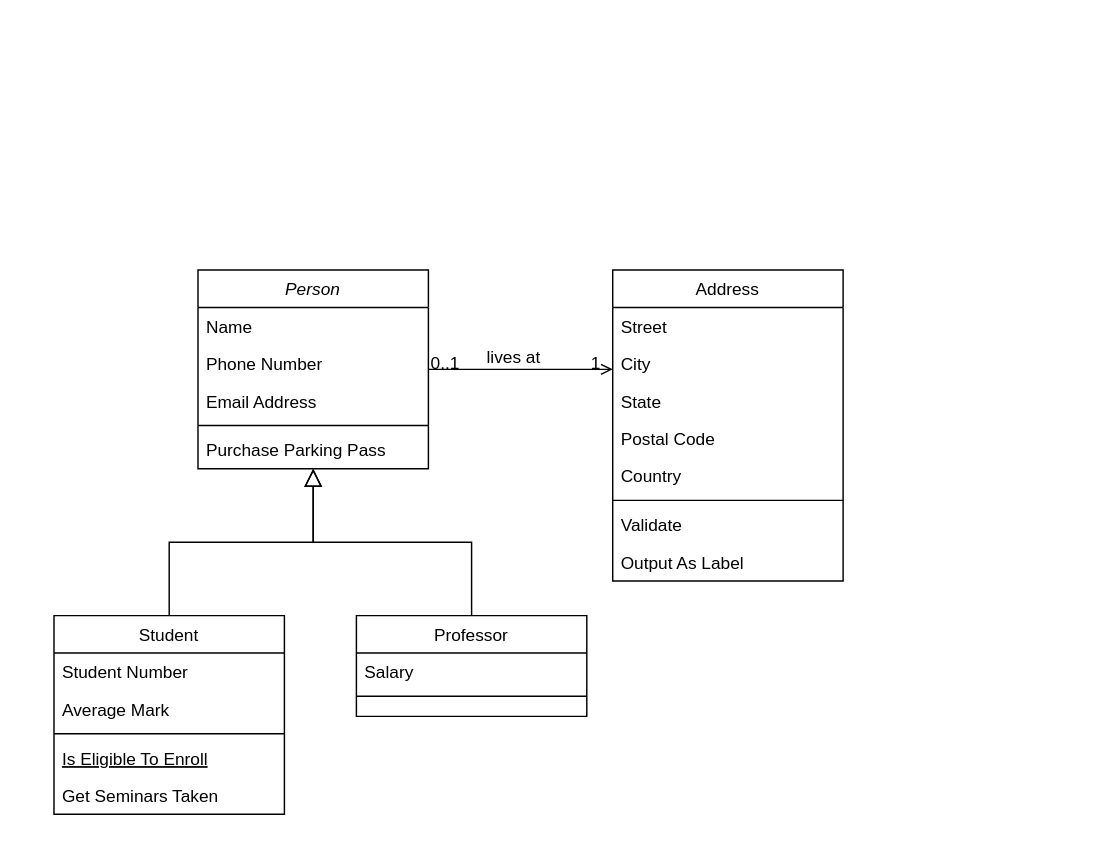
GiaDuccc/shop-api keeps this draw.io diagram as page "Page-1" (1 of 2) of Biểu đồ không có tiêu đề.drawio. Above is the earlier version. Source tidied: cells renumbered, new cells numbered last; positions are measured from the earlier drawing's top-left corner, leaving out a move shared by most shapes. Both pictures are drawn from the tidied source at 144%, with x=0, y=0 at pixel (53, 269).
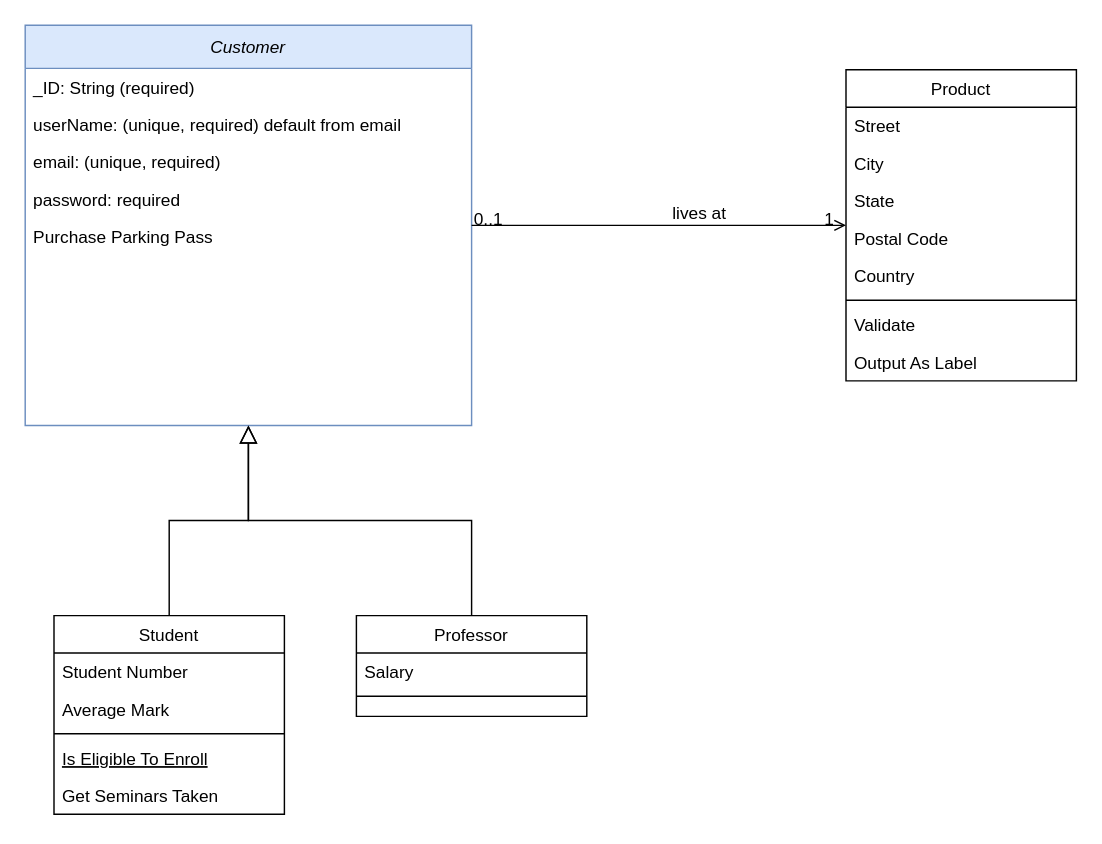
The same diagram, later.

Commit message:
Shoes shop database

The edit, as a diff of the source:
```diff
@@
-    <mxCell id="2" value="Person" style="swimlane;fontStyle=2;align=center;verticalAlign=top;horizontal=1;startSize=26;rounded=0;shadow=0;strokeWidth=1;" parent="1" vertex="1">
-      <mxGeometry x="100" width="160" height="138" as="geometry" />
+    <mxCell id="2" value="Customer" style="swimlane;fontStyle=2;align=center;verticalAlign=middle;horizontal=1;startSize=30;rounded=0;shadow=0;strokeWidth=1;fillColor=#dae8fc;strokeColor=#6c8ebf;gradientColor=none;glass=0;labelPosition=center;verticalLabelPosition=middle;arcSize=17;" parent="1" vertex="1">
+      <mxGeometry x="-20" y="-170" width="310" height="278" as="geometry" />
     </mxCell>
-    <mxCell id="3" value="Name" style="text;align=left;verticalAlign=top;spacingLeft=4;spacingRight=4;overflow=hidden;" parent="2" vertex="1">
-      <mxGeometry y="26" width="160" height="26" as="geometry" />
+    <mxCell id="3" value="_ID: String (required)" style="text;align=left;verticalAlign=middle;spacingLeft=4;spacingRight=4;overflow=hidden;fillColor=none;horizontal=1;spacingTop=0;fillStyle=dashed;strokeColor=none;" parent="2" vertex="1">
+      <mxGeometry y="30" width="310" height="26" as="geometry" />
     </mxCell>
-    <mxCell id="4" value="Phone Number" style="text;align=left;verticalAlign=top;spacingLeft=4;spacingRight=4;overflow=hidden;rounded=0;shadow=0;html=0;" parent="2" vertex="1">
-      <mxGeometry y="52" width="160" height="26" as="geometry" />
+    <mxCell id="4" value="userName: (unique, required) default from email&#10;" style="text;align=left;verticalAlign=top;spacingLeft=4;spacingRight=4;overflow=hidden;rounded=0;shadow=0;html=0;fontStyle=0;labelBackgroundColor=none;" parent="2" vertex="1">
+      <mxGeometry y="56" width="310" height="26" as="geometry" />
     </mxCell>
+    <mxCell id="7" value="email: (unique, required)" style="text;align=left;verticalAlign=top;spacingLeft=4;spacingRight=4;overflow=hidden;" parent="2" vertex="1">
+      <mxGeometry y="82" width="310" height="26" as="geometry" />
+    </mxCell>
-    <mxCell id="5" value="Email Address" style="text;align=left;verticalAlign=top;spacingLeft=4;spacingRight=4;overflow=hidden;rounded=0;shadow=0;html=0;" parent="2" vertex="1">
-      <mxGeometry y="78" width="160" height="26" as="geometry" />
+    <mxCell id="5" value="password: required&#10;" style="text;align=left;verticalAlign=top;spacingLeft=4;spacingRight=4;overflow=hidden;rounded=0;shadow=0;html=0;" parent="2" vertex="1">
+      <mxGeometry y="108" width="310" height="26" as="geometry" />
     </mxCell>
-    <mxCell id="6" style="line;html=1;strokeWidth=1;align=left;verticalAlign=middle;spacingTop=-1;spacingLeft=3;spacingRight=3;labelPosition=right;" parent="2" vertex="1">
-      <mxGeometry y="104" width="160" height="8" as="geometry" />
-    </mxCell>
-    <mxCell id="7" value="Purchase Parking Pass" style="text;align=left;verticalAlign=top;spacingLeft=4;spacingRight=4;overflow=hidden;" parent="2" vertex="1">
-      <mxGeometry y="112" width="160" height="26" as="geometry" />
-    </mxCell>
+    <mxCell id="32" value="Purchase Parking Pass" style="text;align=left;verticalAlign=top;spacingLeft=4;spacingRight=4;overflow=hidden;" parent="2" vertex="1">
+      <mxGeometry y="134" width="310" height="26" as="geometry" />
+    </mxCell>
@@
-    <mxCell id="19" value="Address" style="swimlane;fontStyle=0;align=center;verticalAlign=top;horizontal=1;startSize=26;rounded=0;shadow=0;strokeWidth=1;" parent="1" vertex="1">
-      <mxGeometry x="388" width="160" height="216" as="geometry" />
+    <mxCell id="19" value="Product" style="swimlane;fontStyle=0;align=center;verticalAlign=top;horizontal=1;startSize=26;rounded=0;shadow=0;strokeWidth=1;" parent="1" vertex="1">
+      <mxGeometry x="550" y="-139" width="160" height="216" as="geometry" />
     </mxCell>
```
